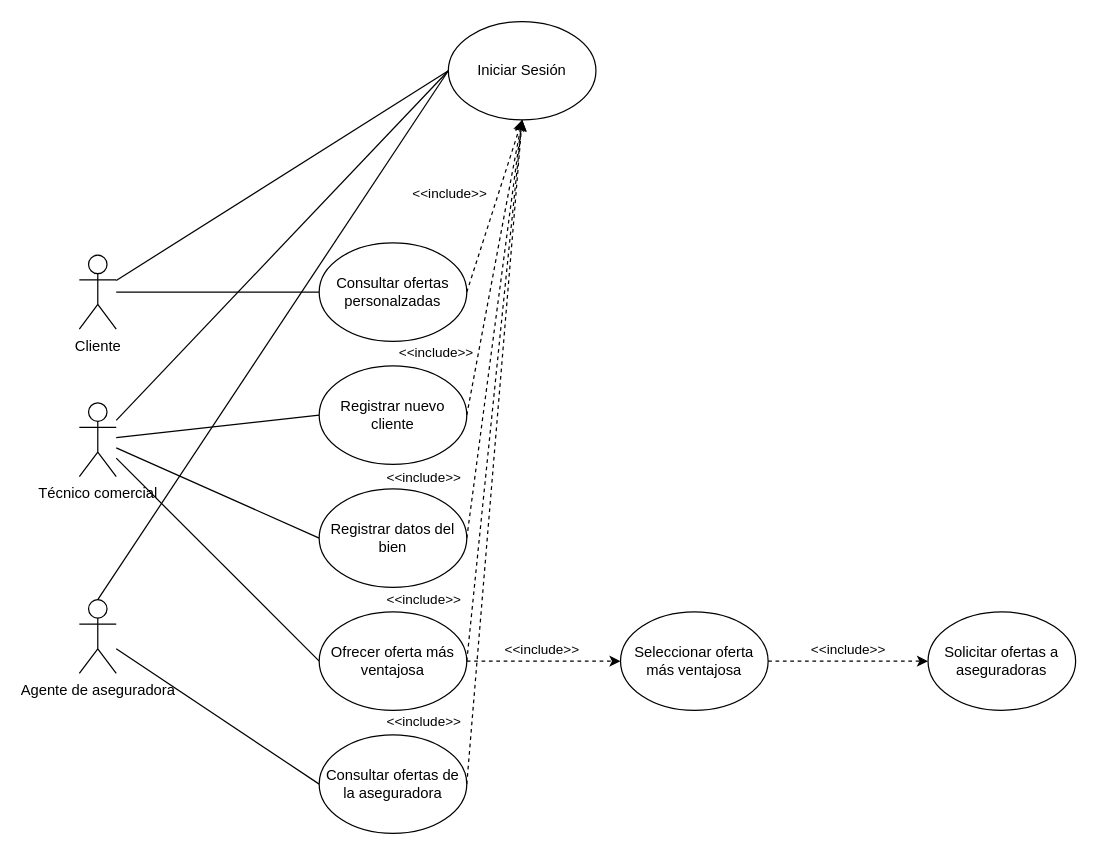
This is Entrega 2/Analisis Funcional/casos_de_uso.drawio from nicochare/final_ingenieria_software, a draw.io file, before an edit. Source tidied: cells renumbered, new cells numbered last; positions are measured from the earlier drawing's top-left corner, leaving out a move shared by most shapes. Both pictures are drawn from the tidied source at 123%, with x=0, y=0 at pixel (79, 21).
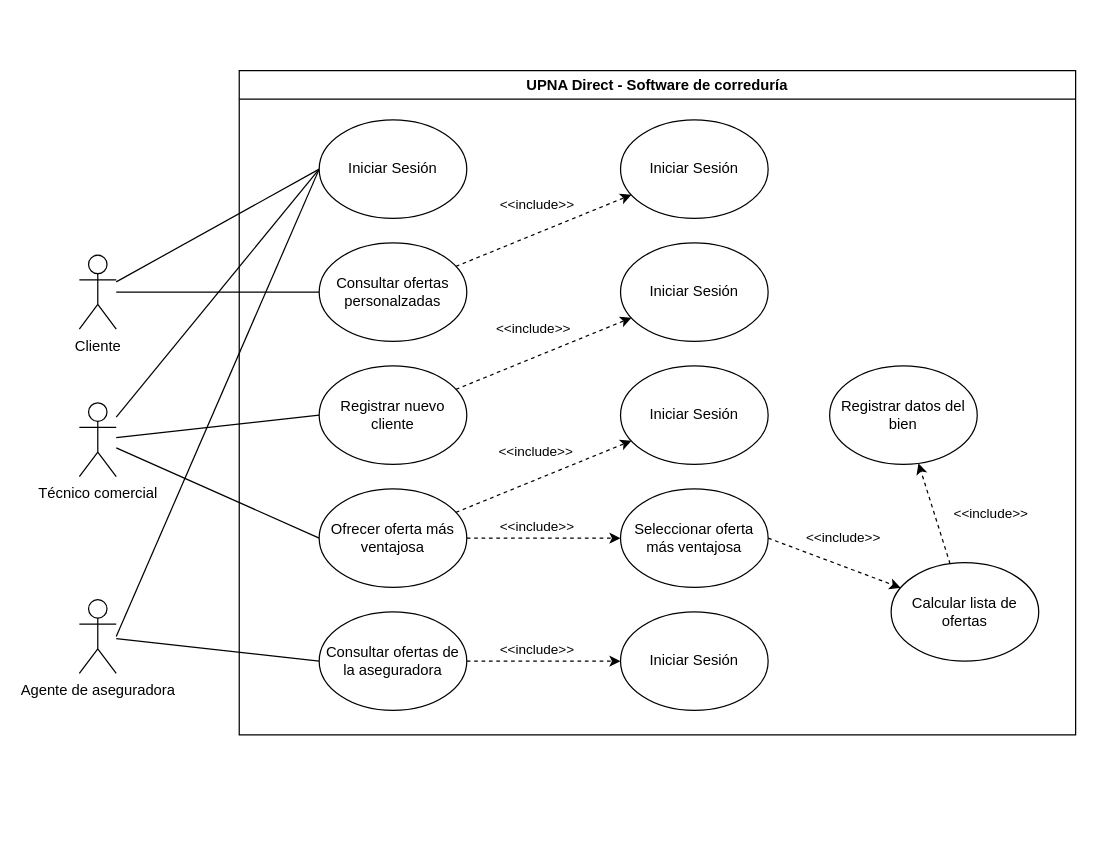
After the change.

Commit message (it also covers changes not shown here):
Tarjetas CRC, Prototipo y update diagrama clases

The change refers to these unchanged cells:
```xml
<mxCell id="9" value="Técnico comercial" style="shape=umlActor;verticalLabelPosition=bottom;verticalAlign=top;html=1;outlineConnect=0;" parent="1" vertex="1">
  <mxGeometry y="310" width="30" height="60" as="geometry" />
</mxCell>
<mxCell id="12" value="Agente de aseguradora" style="shape=umlActor;verticalLabelPosition=bottom;verticalAlign=top;html=1;outlineConnect=0;" parent="1" vertex="1">
  <mxGeometry y="470" width="30" height="60" as="geometry" />
</mxCell>
<mxCell id="16" value="Consultar ofertas personalzadas" style="ellipse;whiteSpace=wrap;html=1;" parent="1" vertex="1">
  <mxGeometry x="195" y="180" width="120" height="80" as="geometry" />
</mxCell>
<mxCell id="22" value="Registrar nuevo cliente" style="ellipse;whiteSpace=wrap;html=1;" parent="1" vertex="1">
  <mxGeometry x="195" y="280" width="120" height="80" as="geometry" />
</mxCell>
<mxCell id="25" style="rounded=0;jettySize=auto;html=1;dashed=1;exitX=1;exitY=0.5;exitDx=0;exitDy=0;" parent="1" edge="1" source="32" target="31">
  <mxGeometry relative="1" as="geometry" />
</mxCell>
```

What changed in the source:
```diff
@@
-    <mxCell id="8" style="rounded=0;jettySize=auto;html=1;entryX=0;entryY=0.5;entryDx=0;entryDy=0;endArrow=none;endFill=0;" parent="1" edge="1" source="9" target="30">
-      <mxGeometry relative="1" as="geometry" />
-    </mxCell>
@@
-    <mxCell id="10" style="rounded=0;jettySize=auto;html=1;entryX=0;entryY=0.5;entryDx=0;entryDy=0;endArrow=none;endFill=0;exitX=0.5;exitY=0;exitDx=0;exitDy=0;exitPerimeter=0;" parent="1" edge="1" source="12" target="13">
-      <mxGeometry relative="1" as="geometry" />
+    <mxCell id="10" style="rounded=0;jettySize=auto;html=1;entryX=0;entryY=0.5;entryDx=0;entryDy=0;endArrow=none;endFill=0;" parent="1" edge="1" target="13">
+      <mxGeometry relative="1" as="geometry">
+        <mxPoint x="30" y="500" as="sourcePoint" />
+      </mxGeometry>
     </mxCell>
@@
     <mxCell id="13" value="Iniciar Sesión" style="ellipse;whiteSpace=wrap;html=1;" parent="1" vertex="1">
-      <mxGeometry x="300" width="120" height="80" as="geometry" />
+      <mxGeometry x="195" y="80" width="120" height="80" as="geometry" />
     </mxCell>
-    <mxCell id="14" style="rounded=0;jettySize=auto;html=1;entryX=0.5;entryY=1;entryDx=0;entryDy=0;endArrow=classic;endFill=1;dashed=1;exitX=1;exitY=0.5;exitDx=0;exitDy=0;" parent="1" edge="1" source="16" target="13">
-      <mxGeometry relative="1" as="geometry" />
-    </mxCell>
-    <mxCell id="15" value="&lt;div&gt;&amp;lt;&amp;lt;include&amp;gt;&amp;gt;&lt;/div&gt;" style="edgeLabel;html=1;align=center;verticalAlign=middle;" parent="14" vertex="1">
-      <mxGeometry x="0.23" y="-4" relative="1" as="geometry">
-        <mxPoint x="-46" y="4" as="offset" />
-      </mxGeometry>
-    </mxCell>
+    <mxCell id="35" style="rounded=0;jettySize=auto;html=1;dashed=1;" parent="1" edge="1" source="16" target="44">
+      <mxGeometry relative="1" as="geometry" />
+    </mxCell>
+    <mxCell id="36" value="&amp;lt;&amp;lt;include&amp;gt;&amp;gt;" style="edgeLabel;html=1;align=center;verticalAlign=middle;" parent="35" vertex="1">
+      <mxGeometry x="-0.09" y="-2" relative="1" as="geometry">
+        <mxPoint y="-26" as="offset" />
+      </mxGeometry>
+    </mxCell>
@@
-    <mxCell id="17" style="rounded=0;jettySize=auto;html=1;entryX=0.5;entryY=1;entryDx=0;entryDy=0;dashed=1;exitX=1;exitY=0.5;exitDx=0;exitDy=0;" parent="1" edge="1" source="19" target="13">
-      <mxGeometry relative="1" as="geometry" />
-    </mxCell>
-    <mxCell id="18" value="&amp;lt;&amp;lt;include&amp;gt;&amp;gt;" style="edgeLabel;html=1;align=center;verticalAlign=middle;" parent="17" vertex="1">
-      <mxGeometry x="-0.21" y="-1" relative="1" as="geometry">
-        <mxPoint x="-54" y="162" as="offset" />
-      </mxGeometry>
-    </mxCell>
+    <mxCell id="37" style="edgeStyle=orthogonalEdgeStyle;rounded=0;jettySize=auto;html=1;dashed=1;" parent="1" edge="1" source="19" target="46">
+      <mxGeometry relative="1" as="geometry" />
+    </mxCell>
+    <mxCell id="38" value="&amp;lt;&amp;lt;include&amp;gt;&amp;gt;" style="edgeLabel;html=1;align=center;verticalAlign=middle;" parent="37" vertex="1">
+      <mxGeometry x="-0.11" y="4" relative="1" as="geometry">
+        <mxPoint y="-6" as="offset" />
+      </mxGeometry>
+    </mxCell>
     <mxCell id="19" value="&lt;div&gt;Consultar ofertas de la aseguradora&lt;/div&gt;" style="ellipse;whiteSpace=wrap;html=1;" parent="1" vertex="1">
-      <mxGeometry x="195" y="580" width="120" height="80" as="geometry" />
+      <mxGeometry x="195" y="480" width="120" height="80" as="geometry" />
     </mxCell>
-    <mxCell id="20" style="rounded=0;jettySize=auto;html=1;entryX=0.5;entryY=1;entryDx=0;entryDy=0;dashed=1;exitX=1;exitY=0.5;exitDx=0;exitDy=0;" parent="1" edge="1" source="22" target="13">
-      <mxGeometry relative="1" as="geometry" />
-    </mxCell>
-    <mxCell id="21" value="&amp;lt;&amp;lt;include&amp;gt;&amp;gt;" style="edgeLabel;html=1;align=center;verticalAlign=middle;" parent="20" vertex="1">
-      <mxGeometry x="-0.34" y="3" relative="1" as="geometry">
-        <mxPoint x="-37" y="29" as="offset" />
-      </mxGeometry>
-    </mxCell>
+    <mxCell id="39" style="rounded=0;jettySize=auto;html=1;dashed=1;" parent="1" edge="1" source="22" target="45">
+      <mxGeometry relative="1" as="geometry" />
+    </mxCell>
+    <mxCell id="40" value="&amp;lt;&amp;lt;include&amp;gt;&amp;gt;" style="edgeLabel;html=1;align=center;verticalAlign=middle;" parent="39" vertex="1">
+      <mxGeometry x="-0.13" y="1" relative="1" as="geometry">
+        <mxPoint x="1" y="-23" as="offset" />
+      </mxGeometry>
+    </mxCell>
@@
-    <mxCell id="23" style="rounded=0;jettySize=auto;html=1;entryX=0.5;entryY=1;entryDx=0;entryDy=0;dashed=1;exitX=1;exitY=0.5;exitDx=0;exitDy=0;" parent="1" edge="1" source="27" target="13">
-      <mxGeometry relative="1" as="geometry" />
-    </mxCell>
-    <mxCell id="24" value="&amp;lt;&amp;lt;include&amp;gt;&amp;gt;" style="edgeLabel;html=1;align=center;verticalAlign=middle;" parent="23" vertex="1">
-      <mxGeometry x="-0.3" relative="1" as="geometry">
-        <mxPoint x="-51" y="104" as="offset" />
-      </mxGeometry>
-    </mxCell>
@@
     <mxCell id="26" value="&amp;lt;&amp;lt;include&amp;gt;&amp;gt;" style="edgeLabel;html=1;align=center;verticalAlign=middle;" parent="25" vertex="1">
       <mxGeometry x="0.46" y="2" relative="1" as="geometry">
-        <mxPoint x="-31" y="-8" as="offset" />
+        <mxPoint x="-19" y="-28" as="offset" />
       </mxGeometry>
     </mxCell>
+    <mxCell id="41" style="rounded=0;jettySize=auto;html=1;dashed=1;" parent="1" edge="1" source="27" target="43">
+      <mxGeometry relative="1" as="geometry" />
+    </mxCell>
+    <mxCell id="42" value="&amp;lt;&amp;lt;include&amp;gt;&amp;gt;" style="edgeLabel;html=1;align=center;verticalAlign=middle;" parent="41" vertex="1">
+      <mxGeometry x="-0.17" relative="1" as="geometry">
+        <mxPoint x="5" y="-25" as="offset" />
+      </mxGeometry>
+    </mxCell>
     <mxCell id="27" value="Ofrecer oferta más ventajosa" style="ellipse;whiteSpace=wrap;html=1;" parent="1" vertex="1">
-      <mxGeometry x="195" y="480" width="120" height="80" as="geometry" />
+      <mxGeometry x="195" y="380" width="120" height="80" as="geometry" />
     </mxCell>
-    <mxCell id="28" style="rounded=0;jettySize=auto;html=1;dashed=1;exitX=1;exitY=0.5;exitDx=0;exitDy=0;" parent="1" edge="1" source="30">
-      <mxGeometry relative="1" as="geometry">
-        <mxPoint x="360" y="80" as="targetPoint" />
-      </mxGeometry>
-    </mxCell>
-    <mxCell id="29" value="&amp;lt;&amp;lt;include&amp;gt;&amp;gt;" style="edgeLabel;html=1;align=center;verticalAlign=middle;" parent="28" vertex="1">
-      <mxGeometry x="-0.79" y="2" relative="1" as="geometry">
-        <mxPoint x="-38" y="-14" as="offset" />
-      </mxGeometry>
-    </mxCell>
-    <mxCell id="30" value="Registrar datos del bien" style="ellipse;whiteSpace=wrap;html=1;" parent="1" vertex="1">
-      <mxGeometry x="195" y="380" width="120" height="80" as="geometry" />
-    </mxCell>
-    <mxCell id="31" value="Solicitar ofertas a aseguradoras" style="ellipse;whiteSpace=wrap;html=1;" parent="1" vertex="1">
-      <mxGeometry x="690" y="480" width="120" height="80" as="geometry" />
-    </mxCell>
     <mxCell id="32" value="Seleccionar oferta más ventajosa" style="ellipse;whiteSpace=wrap;html=1;" parent="1" vertex="1">
-      <mxGeometry x="440" y="480" width="120" height="80" as="geometry" />
+      <mxGeometry x="440" y="380" width="120" height="80" as="geometry" />
     </mxCell>
-    <mxCell id="33" style="rounded=0;jettySize=auto;html=1;dashed=1;exitX=1;exitY=0.5;exitDx=0;exitDy=0;entryX=0;entryY=0.5;entryDx=0;entryDy=0;" parent="1" edge="1" source="27" target="32">
+    <mxCell id="33" style="rounded=0;jettySize=auto;html=1;dashed=1;entryX=0;entryY=0.5;entryDx=0;entryDy=0;" parent="1" edge="1" source="27" target="32">
       <mxGeometry relative="1" as="geometry" />
     </mxCell>
     <mxCell id="34" value="&amp;lt;&amp;lt;include&amp;gt;&amp;gt;" style="edgeLabel;html=1;align=center;verticalAlign=middle;" parent="33" vertex="1">
       <mxGeometry x="0.46" y="2" relative="1" as="geometry">
-        <mxPoint x="-31" y="-8" as="offset" />
+        <mxPoint x="-35" y="-8" as="offset" />
       </mxGeometry>
     </mxCell>
+    <mxCell id="43" value="Iniciar Sesión" style="ellipse;whiteSpace=wrap;html=1;" parent="1" vertex="1">
+      <mxGeometry x="440" y="280" width="120" height="80" as="geometry" />
+    </mxCell>
+    <mxCell id="44" value="Iniciar Sesión" style="ellipse;whiteSpace=wrap;html=1;" parent="1" vertex="1">
+      <mxGeometry x="440" y="80" width="120" height="80" as="geometry" />
+    </mxCell>
+    <mxCell id="45" value="Iniciar Sesión" style="ellipse;whiteSpace=wrap;html=1;" parent="1" vertex="1">
+      <mxGeometry x="440" y="180" width="120" height="80" as="geometry" />
+    </mxCell>
+    <mxCell id="46" value="Iniciar Sesión" style="ellipse;whiteSpace=wrap;html=1;" parent="1" vertex="1">
+      <mxGeometry x="440" y="480" width="120" height="80" as="geometry" />
+    </mxCell>
+    <mxCell id="47" value="UPNA Direct - Software de correduría" style="swimlane;whiteSpace=wrap;html=1;" parent="1" vertex="1">
+      <mxGeometry x="130" y="40" width="680" height="540" as="geometry" />
+    </mxCell>
+    <mxCell id="30" value="Registrar datos del bien" style="ellipse;whiteSpace=wrap;html=1;" parent="47" vertex="1">
+      <mxGeometry x="480" y="240" width="120" height="80" as="geometry" />
+    </mxCell>
+    <mxCell id="31" value="Calcular lista de ofertas" style="ellipse;whiteSpace=wrap;html=1;" parent="47" vertex="1">
+      <mxGeometry x="530" y="400" width="120" height="80" as="geometry" />
+    </mxCell>
+    <mxCell id="48" style="rounded=0;jettySize=auto;html=1;dashed=1;" parent="47" edge="1" source="31" target="30">
+      <mxGeometry relative="1" as="geometry" />
+    </mxCell>
+    <mxCell id="49" value="&amp;lt;&amp;lt;include&amp;gt;&amp;gt;" style="edgeLabel;html=1;align=center;verticalAlign=middle;" parent="48" vertex="1">
+      <mxGeometry x="0.22" y="-1" relative="1" as="geometry">
+        <mxPoint x="47" y="9" as="offset" />
+      </mxGeometry>
+    </mxCell>
```
